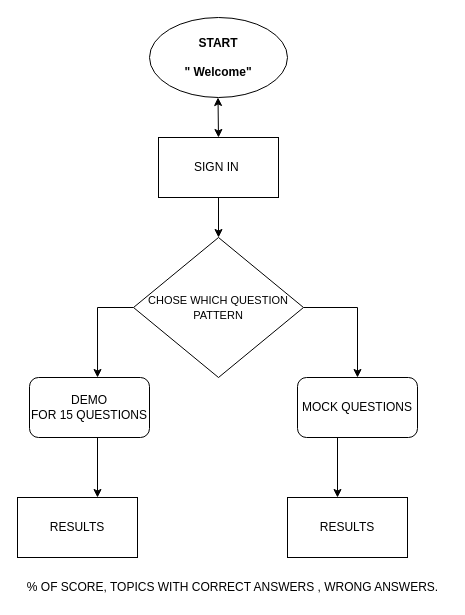
The draw.io diagram Test1.drawio in Selvalbie/core, before the edit. Source tidied: cells renumbered, new cells numbered last; positions are measured from the earlier drawing's top-left corner, leaving out a move shared by most shapes. Both pictures are drawn from the tidied source at 100%, with x=0, y=0 at pixel (17, 17).
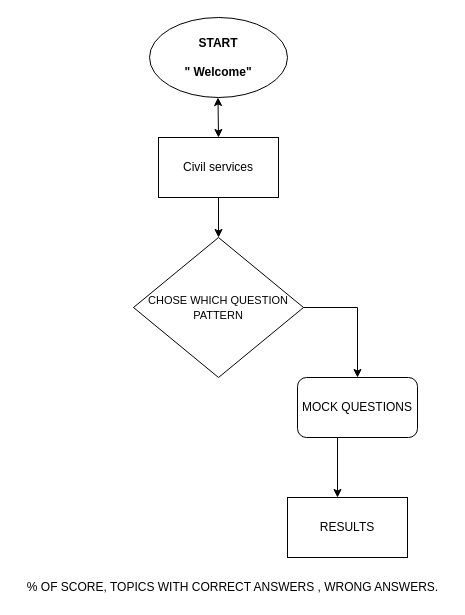
Above is the later version.

The change refers to these unchanged cells:
```xml
<mxCell id="6" value="&lt;span style=&quot;&quot;&gt;&lt;font style=&quot;font-size: 11px&quot;&gt;CHOSE WHICH QUESTION PATTERN&lt;/font&gt;&lt;/span&gt;" style="rhombus;whiteSpace=wrap;html=1;labelBackgroundColor=none;" parent="1" vertex="1">
  <mxGeometry x="116" y="220" width="170" height="140" as="geometry" />
</mxCell>
```

Diff of the diagram source:
```diff
@@
-    <mxCell id="5" style="edgeStyle=orthogonalEdgeStyle;rounded=0;jettySize=auto;html=1;entryX=0.567;entryY=0;entryDx=0;entryDy=0;entryPerimeter=0;" parent="1" edge="1" source="6" target="7">
-      <mxGeometry relative="1" as="geometry">
-        <Array as="points">
-          <mxPoint x="80" y="290" />
-        </Array>
-      </mxGeometry>
-    </mxCell>
@@
-    <mxCell id="7" value="DEMO&lt;br&gt;FOR 15 QUESTIONS" style="rounded=1;whiteSpace=wrap;html=1;labelBackgroundColor=none;" parent="1" vertex="1">
-      <mxGeometry x="12" y="360" width="120" height="60" as="geometry" />
-    </mxCell>
@@
-    <mxCell id="10" value="SIGN IN&amp;nbsp;" style="rounded=0;whiteSpace=wrap;html=1;labelBackgroundColor=none;" parent="1" vertex="1">
+    <mxCell id="10" value="Civil services" style="rounded=0;whiteSpace=wrap;html=1;labelBackgroundColor=none;" parent="1" vertex="1">
       <mxGeometry x="141" y="120" width="120" height="60" as="geometry" />
     </mxCell>
-    <mxCell id="11" style="endArrow=classic;html=1;" parent="1" edge="1">
-      <mxGeometry relative="1" as="geometry">
-        <mxPoint x="80" y="420" as="sourcePoint" />
-        <mxPoint x="80" y="480" as="targetPoint" />
-      </mxGeometry>
-    </mxCell>
@@
-    <mxCell id="13" value="RESULTS" style="rounded=0;whiteSpace=wrap;html=1;labelBackgroundColor=none;" parent="1" vertex="1">
-      <mxGeometry y="480" width="120" height="60" as="geometry" />
-    </mxCell>
```
